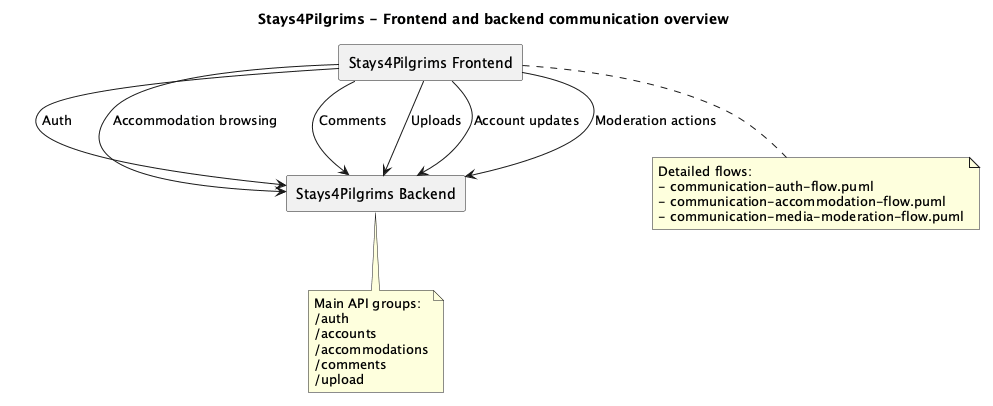
Before: docs/diagrams/png/communication-overview.png, a diagram exported from PlantUML (alegna83/cookbook-be). Source of this version:
```plantuml
@startuml
title Stays4Pilgrims - Frontend and backend communication overview

skinparam componentStyle rectangle

component "Stays4Pilgrims Frontend" as FE
component "Stays4Pilgrims Backend" as BE

FE --> BE : Auth
FE --> BE : Accommodation browsing
FE --> BE : Comments
FE --> BE : Uploads
FE --> BE : Account updates
FE --> BE : Moderation actions

note bottom of FE
  Detailed flows:
  - communication-auth-flow.puml
  - communication-accommodation-flow.puml
  - communication-media-moderation-flow.puml
end note

note bottom of BE
  Main API groups:
  /auth
  /accounts
  /accommodations
  /comments
  /upload
end note

@enduml
```
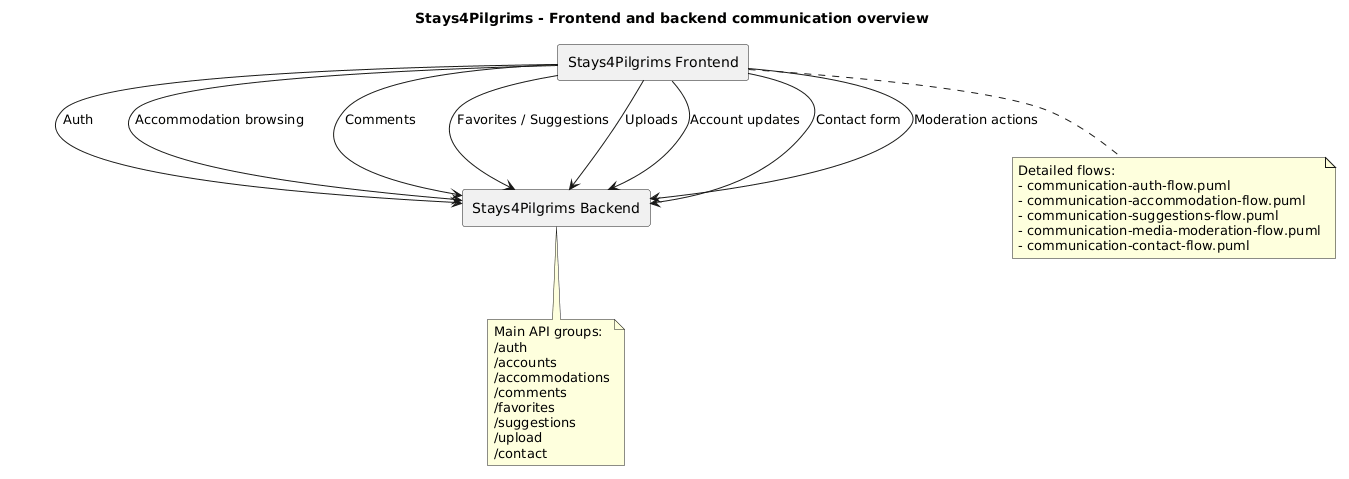
After the commit.

What changed in the source:
```diff
@@ -9,15 +9,19 @@
 FE --> BE : Auth
 FE --> BE : Accommodation browsing
 FE --> BE : Comments
+FE --> BE : Favorites / Suggestions
 FE --> BE : Uploads
 FE --> BE : Account updates
+FE --> BE : Contact form
 FE --> BE : Moderation actions
 
 note bottom of FE
   Detailed flows:
   - communication-auth-flow.puml
   - communication-accommodation-flow.puml
+  - communication-suggestions-flow.puml
   - communication-media-moderation-flow.puml
+  - communication-contact-flow.puml
 end note
 
 note bottom of BE
@@ -26,7 +30,10 @@
   /accounts
   /accommodations
   /comments
+  /favorites
+  /suggestions
   /upload
+  /contact
 end note
 
 @enduml
```
